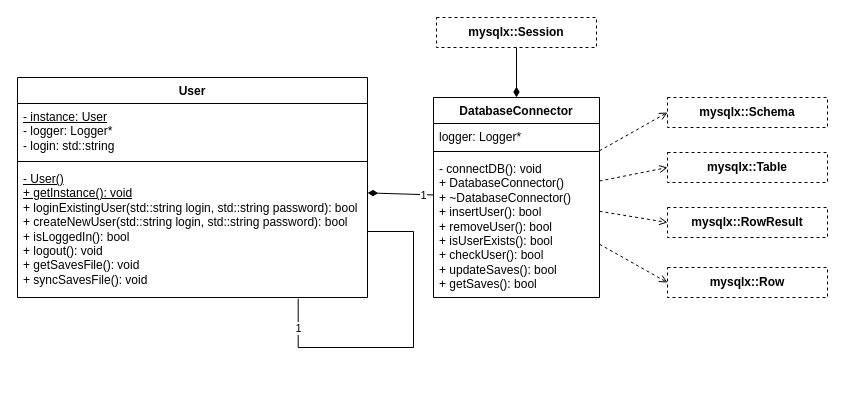
This is page "diagram_klas_baza_danych" (15 of 23) of plan.drawio from bravePeer/BScThesis, a draw.io file, before an edit. Source tidied: cells renumbered, new cells numbered last; positions are measured from the earlier drawing's top-left corner, leaving out a move shared by most shapes. Both pictures are drawn from the tidied source at 100%, with x=0, y=0 at pixel (17, 17).
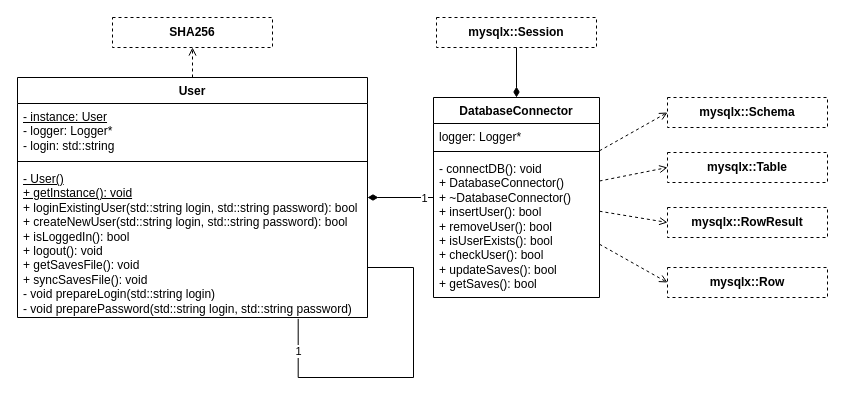
The same diagram, later.

Change to the diagram source:
```diff
@@
     <mxCell id="2" value="User" style="swimlane;fontStyle=1;align=center;verticalAlign=top;horizontal=1;startSize=26;whiteSpace=wrap;html=1;" parent="1" vertex="1">
-      <mxGeometry y="60" width="350" height="220" as="geometry" />
+      <mxGeometry y="60" width="350" height="240" as="geometry" />
     </mxCell>
@@
     <mxCell id="5" style="edgeStyle=orthogonalEdgeStyle;rounded=0;orthogonalLoop=1;jettySize=auto;html=1;exitX=1;exitY=0.5;exitDx=0;exitDy=0;entryX=0.802;entryY=1.009;entryDx=0;entryDy=0;entryPerimeter=0;endArrow=none;endFill=0;" parent="2" edge="1" source="7" target="7">
       <mxGeometry relative="1" as="geometry">
         <Array as="points">
-          <mxPoint x="396" y="154" />
-          <mxPoint x="396" y="270" />
-          <mxPoint x="281" y="270" />
+          <mxPoint x="350" y="190" />
+          <mxPoint x="396" y="190" />
+          <mxPoint x="396" y="300" />
+          <mxPoint x="281" y="300" />
         </Array>
       </mxGeometry>
     </mxCell>
@@
-    <mxCell id="7" value="&lt;u&gt;- User()&lt;br&gt;+ getInstance(): void&lt;/u&gt;&lt;br&gt;+&amp;nbsp;loginExistingUser(std::string login, std::string password): bool&lt;br&gt;+ createNewUser(std::string login, std::string password): bool&lt;br&gt;+ isLoggedIn(): bool&lt;br&gt;+ logout(): void&lt;br&gt;+ getSavesFile(): void&lt;br&gt;+&amp;nbsp;syncSavesFile(): void" style="text;strokeColor=none;fillColor=none;align=left;verticalAlign=top;spacingLeft=4;spacingRight=4;overflow=hidden;points=[[0,0.5],[1,0.5]];portConstraint=eastwest;whiteSpace=wrap;html=1;" parent="2" vertex="1">
-      <mxGeometry y="88" width="350" height="132" as="geometry" />
+    <mxCell id="7" value="&lt;u&gt;- User()&lt;br&gt;+ getInstance(): void&lt;/u&gt;&lt;br&gt;+&amp;nbsp;loginExistingUser(std::string login, std::string password): bool&lt;br&gt;+ createNewUser(std::string login, std::string password): bool&lt;br&gt;+ isLoggedIn(): bool&lt;br&gt;+ logout(): void&lt;br&gt;+ getSavesFile(): void&lt;br&gt;+&amp;nbsp;syncSavesFile(): void&lt;br&gt;-&amp;nbsp;void prepareLogin(std::string login)&lt;br&gt;- void preparePassword(std::string login, std::string password)" style="text;strokeColor=none;fillColor=none;align=left;verticalAlign=top;spacingLeft=4;spacingRight=4;overflow=hidden;points=[[0,0.5],[1,0.5]];portConstraint=eastwest;whiteSpace=wrap;html=1;" parent="2" vertex="1">
+      <mxGeometry y="88" width="350" height="152" as="geometry" />
     </mxCell>
@@
+    <mxCell id="24" value="&lt;b&gt;SHA256&lt;/b&gt;" style="rounded=0;whiteSpace=wrap;html=1;dashed=1;" parent="1" vertex="1">
+      <mxGeometry x="95" width="160" height="30" as="geometry" />
+    </mxCell>
+    <mxCell id="25" style="html=1;verticalAlign=bottom;labelBackgroundColor=none;endArrow=open;endFill=0;dashed=1;rounded=0;" parent="1" edge="1" source="2" target="24">
+      <mxGeometry relative="1" as="geometry" />
+    </mxCell>
```
